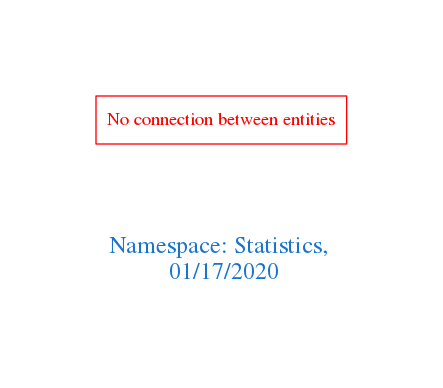
Above: downloads/Statistics.png in arago/OGIT (Graphviz), before the change. Its source is kept beside it as downloads/Statistics.dot.
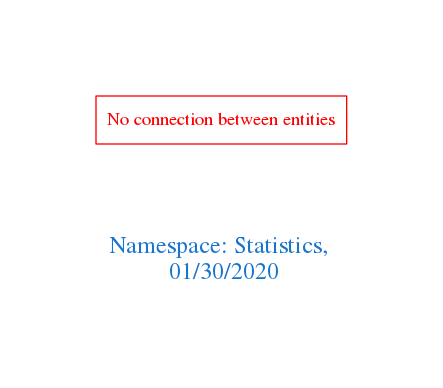
The same diagram one commit later.

Diff of the diagram source:
```diff
@@ -1,7 +1,7 @@
 digraph OGIT_ontology {
  graph [ rankdir= LR,pad=1
 fontsize = 18,
-fontcolor= dodgerblue3,label = "\n\n\nNamespace: Statistics, \n 01/17/2020"];
+fontcolor= dodgerblue3,label = "\n\n\nNamespace: Statistics, \n 01/30/2020"];
 node[shape=polygon];
 edge [  color="gray81"];
 
```
